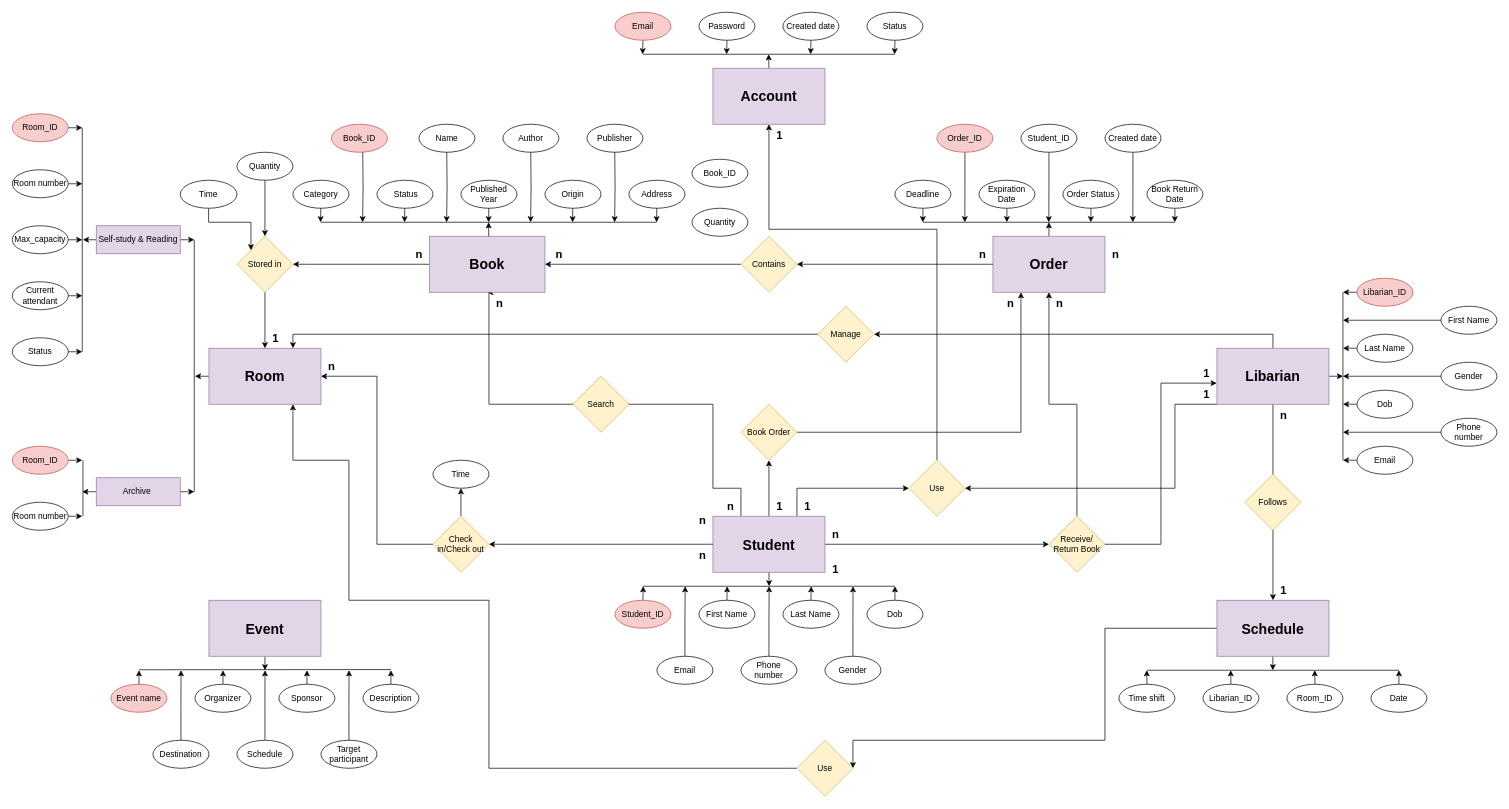
Before: erd.drawio in Dovanvu09/LibraryManagement, a draw.io diagram. Source tidied: cells renumbered, new cells numbered last; positions are measured from the earlier drawing's top-left corner, leaving out a move shared by most shapes. Both pictures are drawn from the tidied source at 70%, with x=0, y=0 at pixel (12, 12).
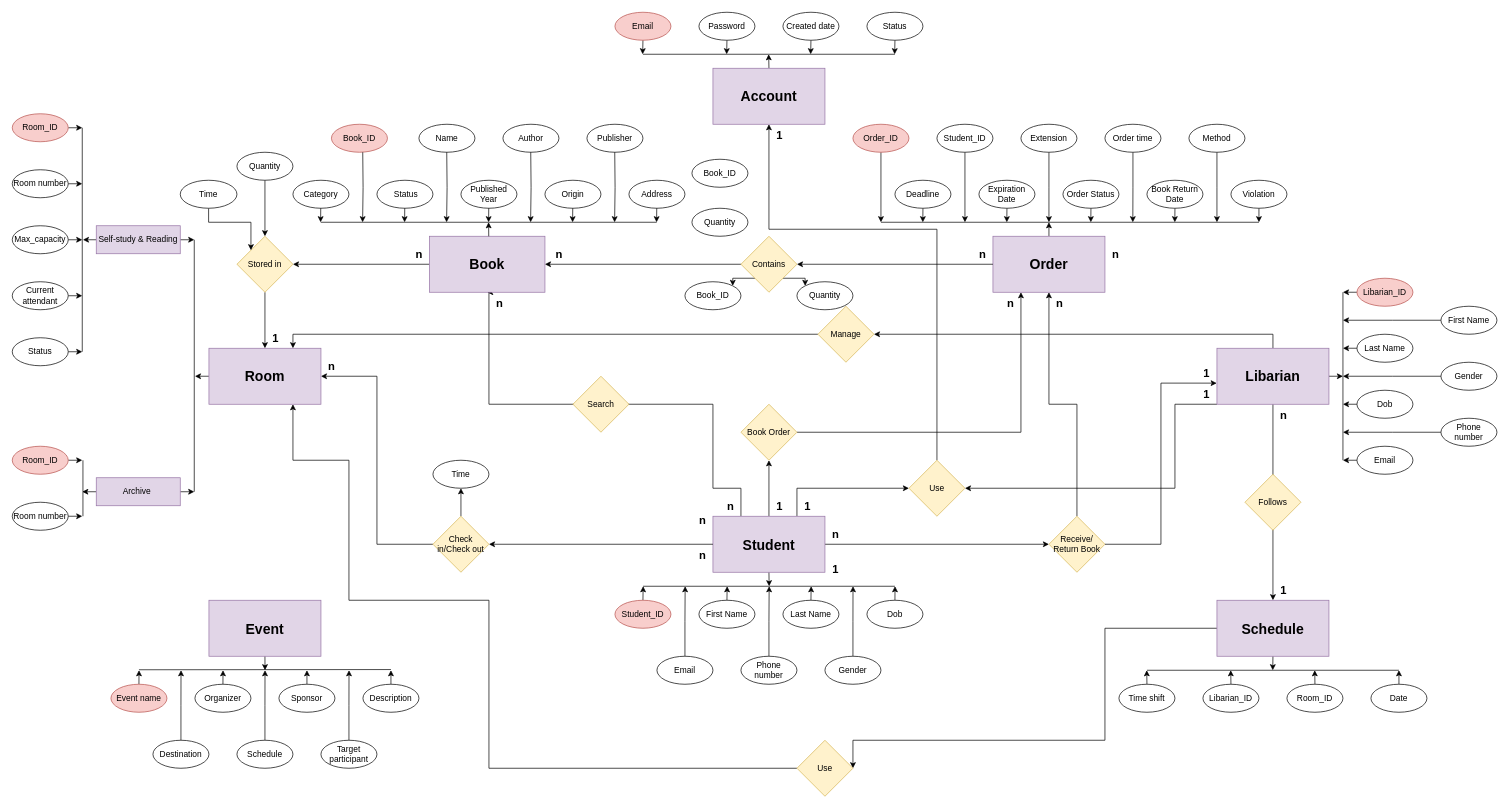
The same diagram, later.

Commit message (it also covers changes not shown here):
Cập nhật erd.drawio

Unchanged cells that the change refers to:
```xml
<mxCell id="102" value="Contains" style="rhombus;whiteSpace=wrap;html=1;fillColor=#fff2cc;strokeColor=#d6b656;" parent="1" vertex="1">
  <mxGeometry x="1041" y="320" width="80" height="80" as="geometry" />
</mxCell>
```

Change to the diagram source:
```diff
@@
     <mxCell id="80" style="edgeStyle=orthogonalEdgeStyle;rounded=0;jettySize=auto;html=1;exitX=0.5;exitY=1;exitDx=0;exitDy=0;" parent="1" edge="1" source="81">
       <mxGeometry relative="1" as="geometry">
-        <mxPoint x="1360.8" y="300" as="targetPoint" />
+        <mxPoint x="1241" y="300" as="targetPoint" />
+        <Array as="points">
+          <mxPoint x="1241" y="300" />
+        </Array>
       </mxGeometry>
     </mxCell>
     <mxCell id="81" value="Order_ID" style="ellipse;whiteSpace=wrap;html=1;fillColor=#f8cecc;strokeColor=#b85450;" parent="1" vertex="1">
-      <mxGeometry x="1321" y="160" width="80" height="40" as="geometry" />
+      <mxGeometry x="1201" y="160" width="80" height="40" as="geometry" />
     </mxCell>
@@
-    <mxCell id="86" value="Created date" style="ellipse;whiteSpace=wrap;html=1;" parent="1" vertex="1">
+    <mxCell id="86" value="Order time" style="ellipse;whiteSpace=wrap;html=1;" parent="1" vertex="1">
       <mxGeometry x="1561" y="160" width="80" height="40" as="geometry" />
     </mxCell>
     <mxCell id="87" style="edgeStyle=orthogonalEdgeStyle;rounded=0;jettySize=auto;html=1;exitX=0.5;exitY=1;exitDx=0;exitDy=0;" parent="1" edge="1" source="88">
       <mxGeometry relative="1" as="geometry">
-        <mxPoint x="1480.8" y="300" as="targetPoint" />
+        <mxPoint x="1361" y="300" as="targetPoint" />
+        <Array as="points">
+          <mxPoint x="1361" y="300" />
+        </Array>
       </mxGeometry>
     </mxCell>
     <mxCell id="88" value="Student_ID" style="ellipse;whiteSpace=wrap;html=1;" parent="1" vertex="1">
-      <mxGeometry x="1441" y="160" width="80" height="40" as="geometry" />
+      <mxGeometry x="1321" y="160" width="80" height="40" as="geometry" />
     </mxCell>
@@
+    <mxCell id="197" style="edgeStyle=orthogonalEdgeStyle;rounded=0;jettySize=auto;html=1;exitX=0;exitY=1;exitDx=0;exitDy=0;entryX=1;entryY=0;entryDx=0;entryDy=0;" parent="1" edge="1" source="102" target="205">
+      <mxGeometry relative="1" as="geometry" />
+    </mxCell>
+    <mxCell id="198" style="edgeStyle=orthogonalEdgeStyle;rounded=0;jettySize=auto;html=1;exitX=1;exitY=1;exitDx=0;exitDy=0;entryX=0;entryY=0;entryDx=0;entryDy=0;" parent="1" edge="1" source="102" target="206">
+      <mxGeometry relative="1" as="geometry" />
+    </mxCell>
@@
     <mxCell id="111" style="endArrow=none;html=1;rounded=0;" parent="1" edge="1">
       <mxGeometry relative="1" as="geometry">
-        <mxPoint x="1301" y="300" as="sourcePoint" />
-        <mxPoint x="1661" y="300" as="targetPoint" />
+        <mxPoint x="1241" y="300" as="sourcePoint" />
+        <mxPoint x="1781" y="300" as="targetPoint" />
       </mxGeometry>
     </mxCell>
@@
+    <mxCell id="199" style="edgeStyle=orthogonalEdgeStyle;rounded=0;jettySize=auto;html=1;exitX=0.5;exitY=1;exitDx=0;exitDy=0;" parent="1" edge="1" source="200">
+      <mxGeometry relative="1" as="geometry">
+        <mxPoint x="1721" y="300" as="targetPoint" />
+      </mxGeometry>
+    </mxCell>
+    <mxCell id="200" value="Method" style="ellipse;whiteSpace=wrap;html=1;" parent="1" vertex="1">
+      <mxGeometry x="1681" y="160" width="80" height="40" as="geometry" />
+    </mxCell>
+    <mxCell id="201" style="edgeStyle=orthogonalEdgeStyle;rounded=0;jettySize=auto;html=1;exitX=0.5;exitY=1;exitDx=0;exitDy=0;" parent="1" edge="1" source="202">
+      <mxGeometry relative="1" as="geometry">
+        <mxPoint x="1481" y="300" as="targetPoint" />
+      </mxGeometry>
+    </mxCell>
+    <mxCell id="202" value="Extension" style="ellipse;whiteSpace=wrap;html=1;" parent="1" vertex="1">
+      <mxGeometry x="1441" y="160" width="80" height="40" as="geometry" />
+    </mxCell>
+    <mxCell id="203" style="edgeStyle=orthogonalEdgeStyle;rounded=0;jettySize=auto;html=1;exitX=0.5;exitY=1;exitDx=0;exitDy=0;" parent="1" edge="1" source="204">
+      <mxGeometry relative="1" as="geometry">
+        <mxPoint x="1781" y="300" as="targetPoint" />
+      </mxGeometry>
+    </mxCell>
+    <mxCell id="204" value="Violation" style="ellipse;whiteSpace=wrap;html=1;" parent="1" vertex="1">
+      <mxGeometry x="1741" y="240" width="80" height="40" as="geometry" />
+    </mxCell>
+    <mxCell id="205" value="Book_ID" style="ellipse;whiteSpace=wrap;html=1;" parent="1" vertex="1">
+      <mxGeometry x="961" y="385" width="80" height="40" as="geometry" />
+    </mxCell>
+    <mxCell id="206" value="Quantity" style="ellipse;whiteSpace=wrap;html=1;" parent="1" vertex="1">
+      <mxGeometry x="1121" y="385" width="80" height="40" as="geometry" />
+    </mxCell>
```
